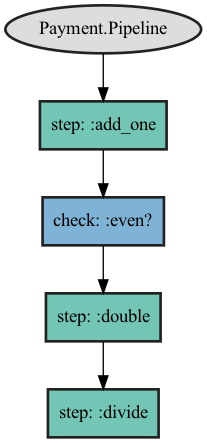
rrajesh1979/examples-elixir keeps this Graphviz diagram as ref_elixir/ref_elixir_opus_graph.png. Above is the earlier version. Its source is kept beside it as ref_elixir/ref_elixir_opus_graph.dot. Source of this version:
```dot
digraph G {
  node_1 [label="Payment.Pipeline",penwidth="2",href="/Elixir.Payment.Pipeline.html",class="opus-pipeline",tooltip="",color="#222222",fillcolor="#DDDDDD",style="filled"];
  node_2 [label="step: :add_one",penwidth="2",class="opus-stage",color="#222222",style="filled",fillcolor="#73C6B6",shape="box"];
  node_4 [label="check: :even?",penwidth="2",class="opus-stage",color="#222222",style="filled",fillcolor="#7FB3D5",shape="box"];
  node_6 [label="step: :double",penwidth="2",class="opus-stage",color="#222222",style="filled",fillcolor="#73C6B6",shape="box"];
  node_8 [label="step: :divide",penwidth="2",class="opus-stage",color="#222222",style="filled",fillcolor="#73C6B6",shape="box"];

  node_1 -> node_2;
  node_2 -> node_4;
  node_4 -> node_6;
  node_6 -> node_8;
}
```
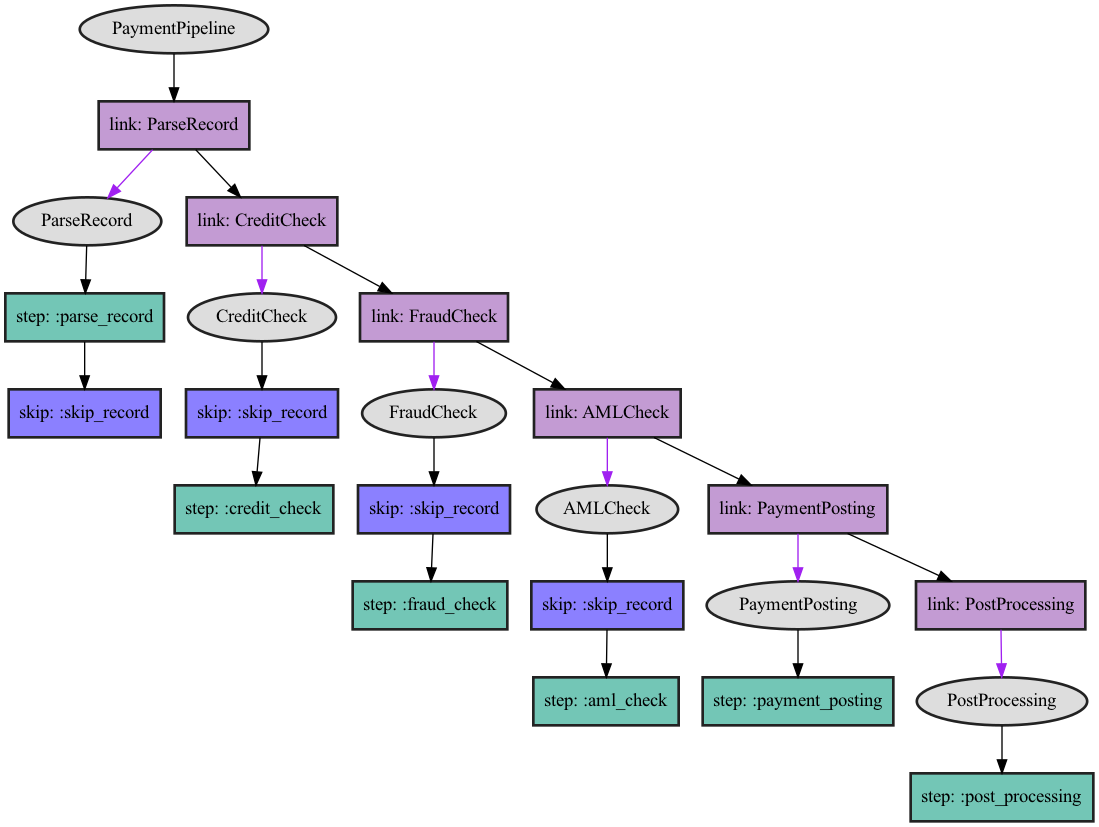
The same diagram one commit later.

Change to the diagram source:
```diff
@@ -1,12 +1,48 @@
 digraph G {
-  node_1 [label="Payment.Pipeline",penwidth="2",href="/Elixir.Payment.Pipeline.html",class="opus-pipeline",tooltip="",color="#222222",fillcolor="#DDDDDD",style="filled"];
-  node_2 [label="step: :add_one",penwidth="2",class="opus-stage",color="#222222",style="filled",fillcolor="#73C6B6",shape="box"];
-  node_4 [label="check: :even?",penwidth="2",class="opus-stage",color="#222222",style="filled",fillcolor="#7FB3D5",shape="box"];
-  node_6 [label="step: :double",penwidth="2",class="opus-stage",color="#222222",style="filled",fillcolor="#73C6B6",shape="box"];
-  node_8 [label="step: :divide",penwidth="2",class="opus-stage",color="#222222",style="filled",fillcolor="#73C6B6",shape="box"];
+  node_1 [label="AMLCheck",penwidth="2",href="/Elixir.AMLCheck.html",class="opus-pipeline",tooltip="",color="#222222",fillcolor="#DDDDDD",style="filled"];
+  node_2 [label="CreditCheck",penwidth="2",href="/Elixir.CreditCheck.html",class="opus-pipeline",tooltip="",color="#222222",fillcolor="#DDDDDD",style="filled"];
+  node_3 [label="FraudCheck",penwidth="2",href="/Elixir.FraudCheck.html",class="opus-pipeline",tooltip="",color="#222222",fillcolor="#DDDDDD",style="filled"];
+  node_4 [label="ParseRecord",penwidth="2",href="/Elixir.ParseRecord.html",class="opus-pipeline",tooltip="",color="#222222",fillcolor="#DDDDDD",style="filled"];
+  node_5 [label="PaymentPipeline",penwidth="2",href="/Elixir.PaymentPipeline.html",class="opus-pipeline",tooltip="",color="#222222",fillcolor="#DDDDDD",style="filled"];
+  node_6 [label="PaymentPosting",penwidth="2",href="/Elixir.PaymentPosting.html",class="opus-pipeline",tooltip="",color="#222222",fillcolor="#DDDDDD",style="filled"];
+  node_7 [label="PostProcessing",penwidth="2",href="/Elixir.PostProcessing.html",class="opus-pipeline",tooltip="",color="#222222",fillcolor="#DDDDDD",style="filled"];
+  node_8 [label="skip: :skip_record",penwidth="2",class="opus-stage",color="#222222",style="filled",fillcolor="#8B80FF",shape="box"];
+  node_10 [label="step: :aml_check",penwidth="2",class="opus-stage",color="#222222",style="filled",fillcolor="#73C6B6",shape="box"];
+  node_12 [label="skip: :skip_record",penwidth="2",class="opus-stage",color="#222222",style="filled",fillcolor="#8B80FF",shape="box"];
+  node_14 [label="step: :credit_check",penwidth="2",class="opus-stage",color="#222222",style="filled",fillcolor="#73C6B6",shape="box"];
+  node_16 [label="skip: :skip_record",penwidth="2",class="opus-stage",color="#222222",style="filled",fillcolor="#8B80FF",shape="box"];
+  node_18 [label="step: :fraud_check",penwidth="2",class="opus-stage",color="#222222",style="filled",fillcolor="#73C6B6",shape="box"];
+  node_20 [label="step: :parse_record",penwidth="2",class="opus-stage",color="#222222",style="filled",fillcolor="#73C6B6",shape="box"];
+  node_22 [label="skip: :skip_record",penwidth="2",class="opus-stage",color="#222222",style="filled",fillcolor="#8B80FF",shape="box"];
+  node_24 [label="link: ParseRecord",penwidth="2",class="opus-stage",color="#222222",style="filled",fillcolor="#C39BD3",shape="box"];
+  node_27 [label="link: CreditCheck",penwidth="2",class="opus-stage",color="#222222",style="filled",fillcolor="#C39BD3",shape="box"];
+  node_30 [label="link: FraudCheck",penwidth="2",class="opus-stage",color="#222222",style="filled",fillcolor="#C39BD3",shape="box"];
+  node_33 [label="link: AMLCheck",penwidth="2",class="opus-stage",color="#222222",style="filled",fillcolor="#C39BD3",shape="box"];
+  node_36 [label="link: PaymentPosting",penwidth="2",class="opus-stage",color="#222222",style="filled",fillcolor="#C39BD3",shape="box"];
+  node_39 [label="link: PostProcessing",penwidth="2",class="opus-stage",color="#222222",style="filled",fillcolor="#C39BD3",shape="box"];
+  node_42 [label="step: :payment_posting",penwidth="2",class="opus-stage",color="#222222",style="filled",fillcolor="#73C6B6",shape="box"];
+  node_44 [label="step: :post_processing",penwidth="2",class="opus-stage",color="#222222",style="filled",fillcolor="#73C6B6",shape="box"];
 
-  node_1 -> node_2;
-  node_2 -> node_4;
-  node_4 -> node_6;
-  node_6 -> node_8;
+  node_1 -> node_8;
+  node_8 -> node_10;
+  node_2 -> node_12;
+  node_12 -> node_14;
+  node_3 -> node_16;
+  node_16 -> node_18;
+  node_4 -> node_20;
+  node_20 -> node_22;
+  node_5 -> node_24;
+  node_24 -> node_4 [color="purple"];
+  node_24 -> node_27;
+  node_27 -> node_2 [color="purple"];
+  node_27 -> node_30;
+  node_30 -> node_3 [color="purple"];
+  node_30 -> node_33;
+  node_33 -> node_1 [color="purple"];
+  node_33 -> node_36;
+  node_36 -> node_6 [color="purple"];
+  node_36 -> node_39;
+  node_39 -> node_7 [color="purple"];
+  node_6 -> node_42;
+  node_7 -> node_44;
 }
```
